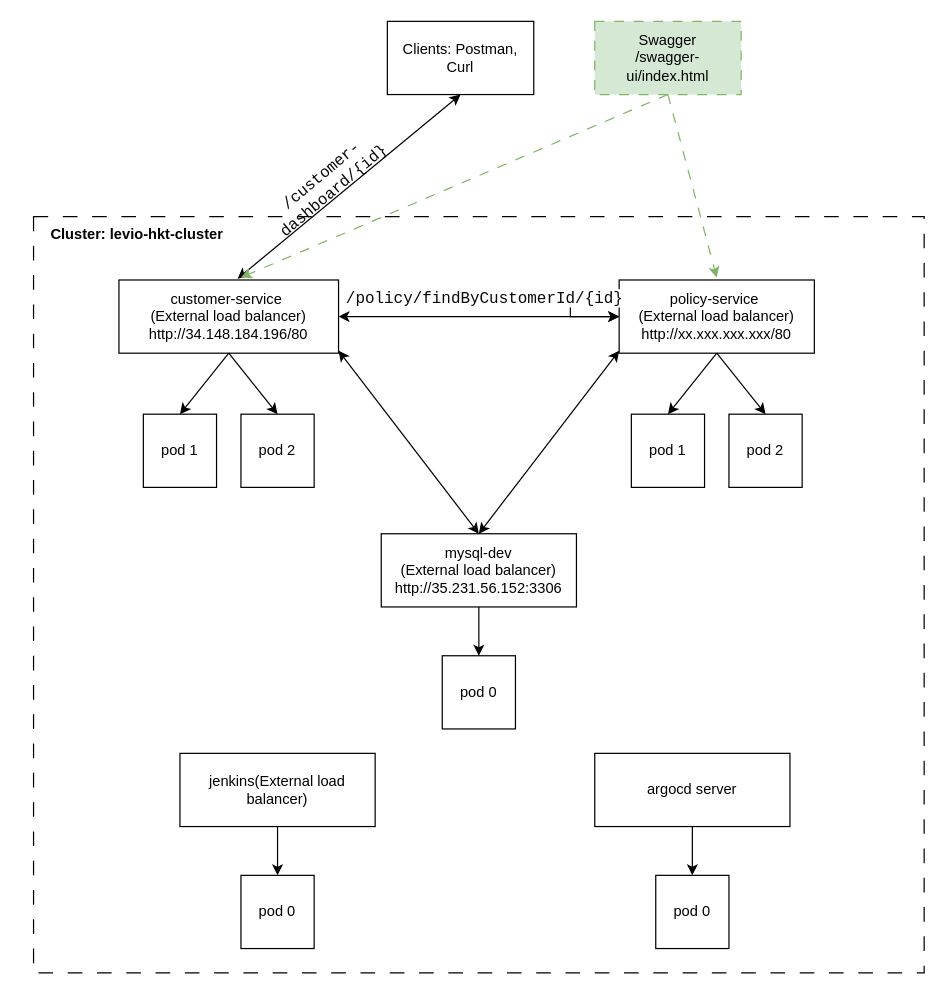
jermolova/light4jstudy keeps this draw.io diagram as Untitled Diagram.drawio. Above is the earlier version. Source tidied: cells renumbered, new cells numbered last; positions are measured from the earlier drawing's top-left corner, leaving out a move shared by most shapes. Both pictures are drawn from the tidied source at 122%, with x=0, y=0 at pixel (21, 21).
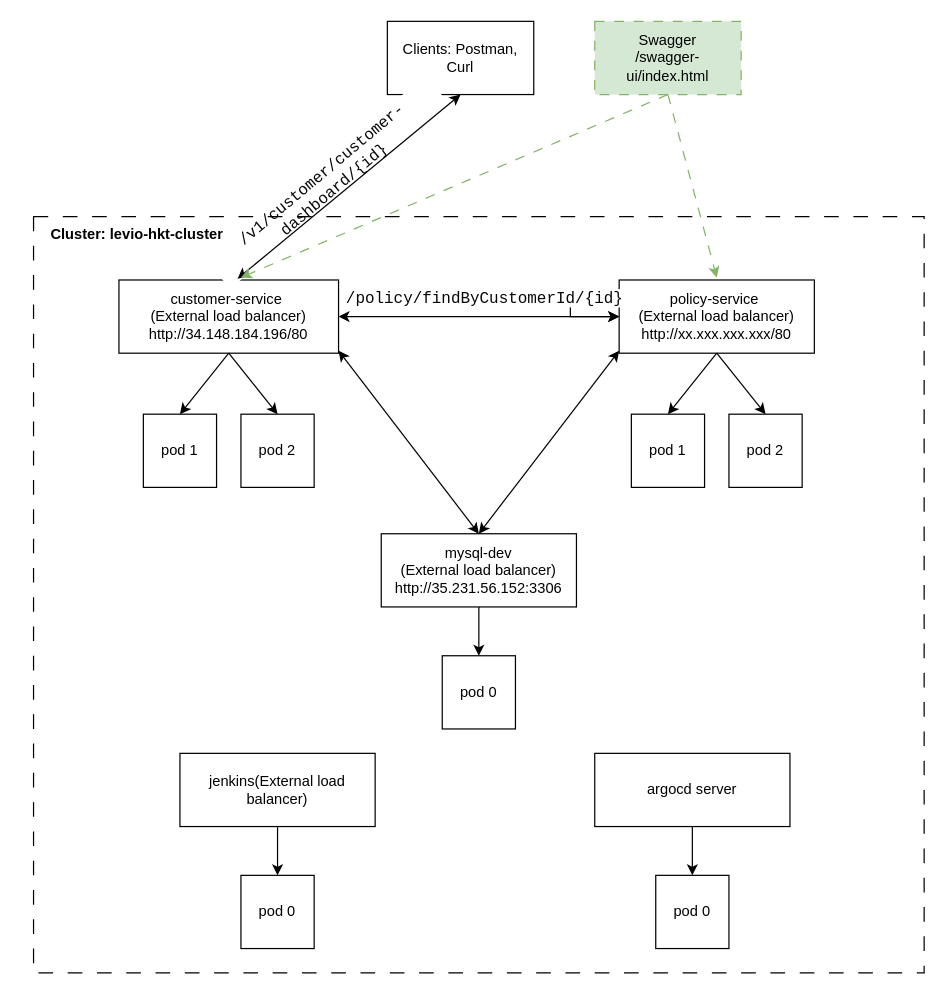
The same page after the edit.

Diff of the diagram source:
```diff
@@
-    <mxCell id="17" value="&lt;div style=&quot;background-color: rgb(255, 255, 255); color: rgb(8, 8, 8); font-family: &amp;quot;JetBrains Mono&amp;quot;, monospace; font-size: 9.8pt;&quot;&gt;/customer-dashboard/{id}&lt;/div&gt;" style="text;strokeColor=none;align=center;fillColor=none;html=1;verticalAlign=middle;whiteSpace=wrap;rounded=0;rotation=-40;" parent="1" vertex="1">
-      <mxGeometry x="158.7" y="117.8" width="184.2" height="30" as="geometry" />
+    <mxCell id="17" value="&lt;div style=&quot;background-color: rgb(255, 255, 255); color: rgb(8, 8, 8); font-family: &amp;quot;JetBrains Mono&amp;quot;, monospace; font-size: 9.8pt;&quot;&gt;/v1/customer/customer-dashboard/{id}&lt;br&gt;&lt;/div&gt;" style="text;strokeColor=none;align=center;fillColor=none;html=1;verticalAlign=middle;whiteSpace=wrap;rounded=0;rotation=-40;" parent="1" vertex="1">
+      <mxGeometry x="133" y="117.2" width="236.8" height="30" as="geometry" />
     </mxCell>
```
